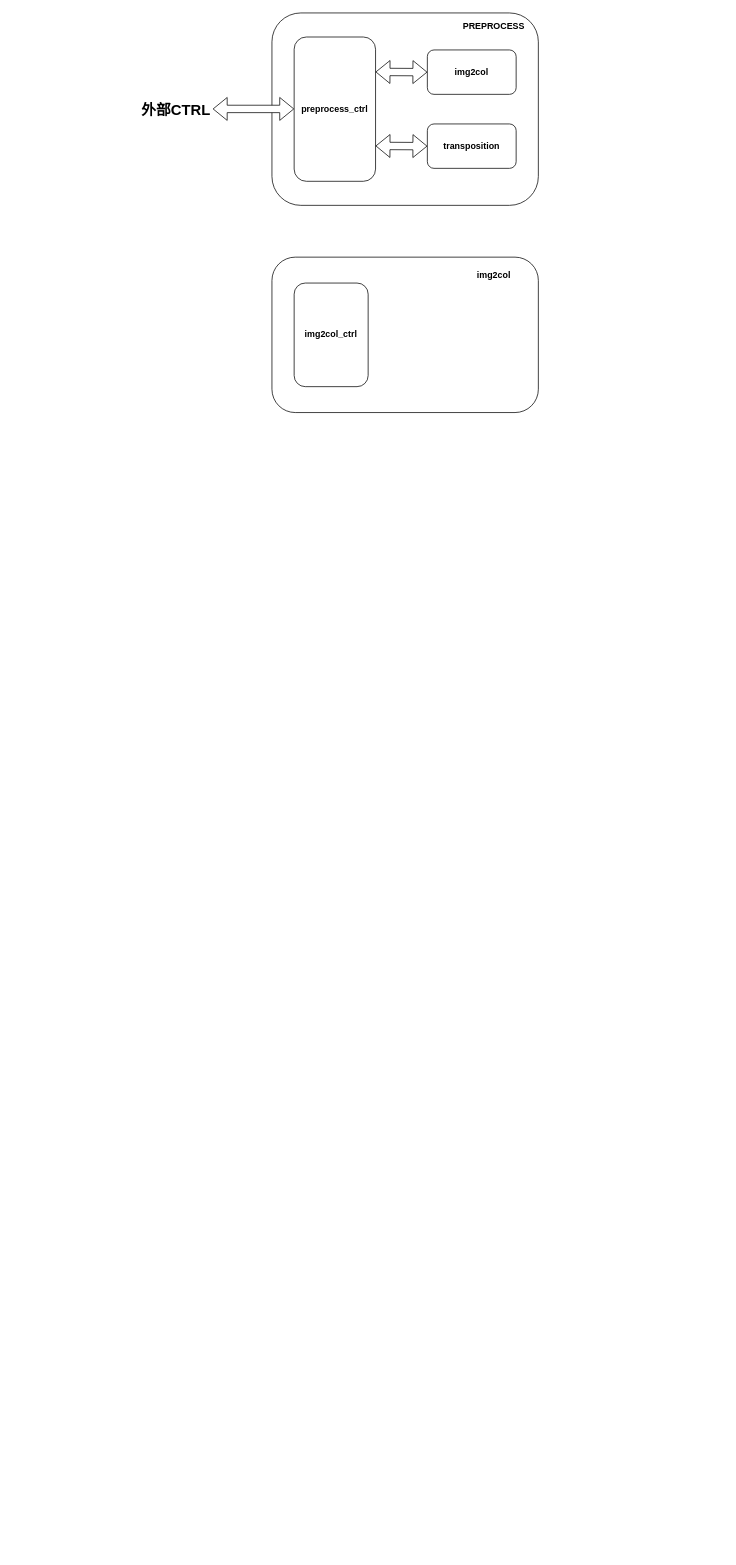
Before: 未命名绘图.drawio in AQii77/drawio_SAVE, a draw.io diagram. Source tidied: cells renumbered, new cells numbered last; positions are measured from the earlier drawing's top-left corner, leaving out a move shared by most shapes. Both pictures are drawn from the tidied source at 74%, with x=0, y=0 at pixel (131, 13).
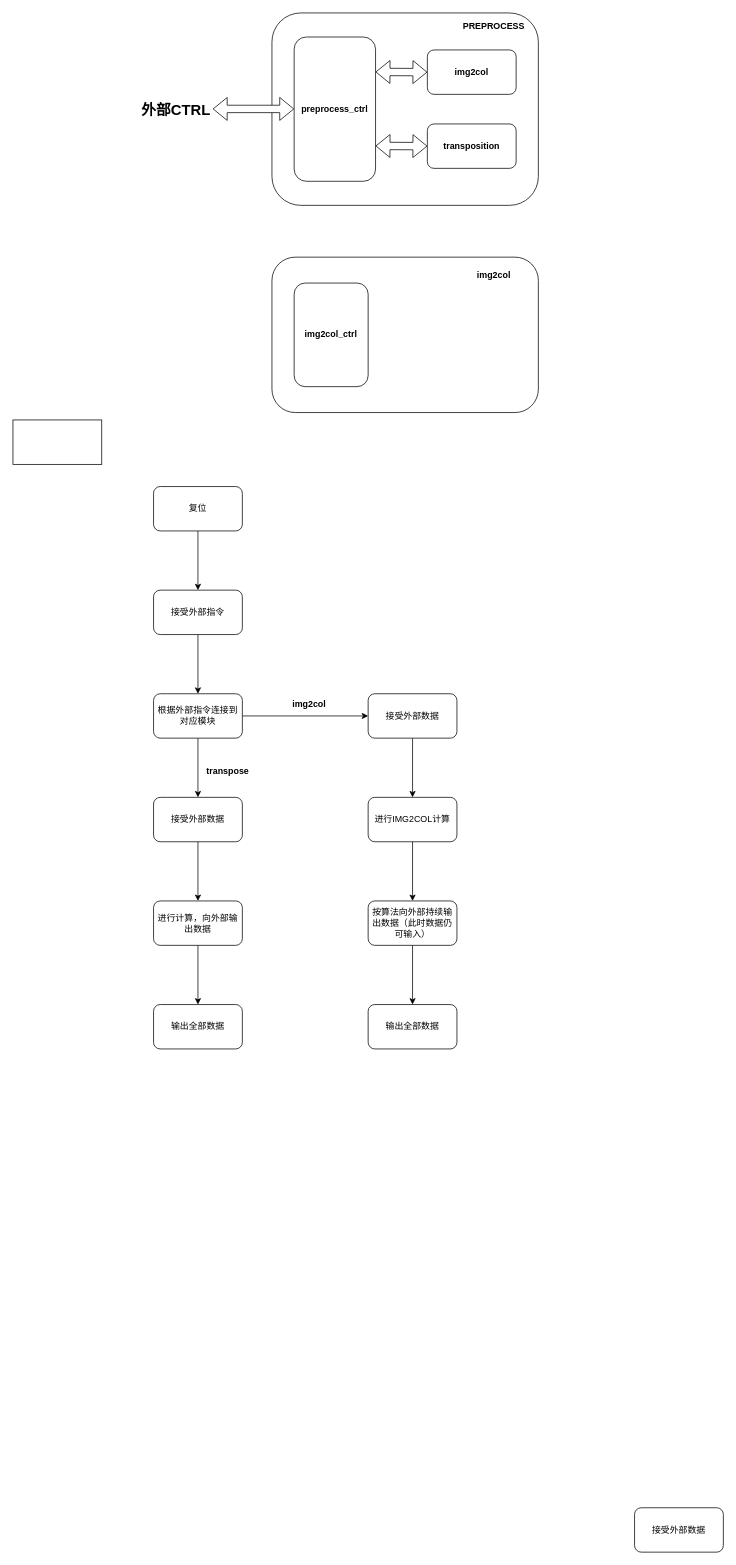
After the change.

Commit message:
更新未命名绘图.drawio

Change to the diagram source:
```diff
@@
+    <mxCell id="14" style="rounded=0;whiteSpace=wrap;html=1;" parent="1" vertex="1">
+      <mxGeometry x="-160" y="550" width="120" height="60" as="geometry" />
+    </mxCell>
+    <mxCell id="15" style="edgeStyle=orthogonalEdgeStyle;rounded=0;jettySize=auto;html=1;" parent="1" edge="1" source="16" target="19">
+      <mxGeometry relative="1" as="geometry" />
+    </mxCell>
+    <mxCell id="16" value="接受外部指令" style="rounded=1;whiteSpace=wrap;html=1;" parent="1" vertex="1">
+      <mxGeometry x="30" y="780" width="120" height="60" as="geometry" />
+    </mxCell>
+    <mxCell id="17" style="edgeStyle=orthogonalEdgeStyle;rounded=0;jettySize=auto;html=1;" parent="1" edge="1" source="19" target="21">
+      <mxGeometry relative="1" as="geometry" />
+    </mxCell>
+    <mxCell id="18" style="edgeStyle=orthogonalEdgeStyle;rounded=0;jettySize=auto;html=1;" parent="1" edge="1" source="19" target="27">
+      <mxGeometry relative="1" as="geometry" />
+    </mxCell>
+    <mxCell id="19" value="根据外部指令连接到对应模块" style="rounded=1;whiteSpace=wrap;html=1;" parent="1" vertex="1">
+      <mxGeometry x="30" y="920" width="120" height="60" as="geometry" />
+    </mxCell>
+    <mxCell id="20" style="edgeStyle=orthogonalEdgeStyle;rounded=0;jettySize=auto;html=1;" parent="1" edge="1" source="21" target="23">
+      <mxGeometry relative="1" as="geometry" />
+    </mxCell>
+    <mxCell id="21" value="接受外部数据" style="rounded=1;whiteSpace=wrap;html=1;" parent="1" vertex="1">
+      <mxGeometry x="30" y="1060" width="120" height="60" as="geometry" />
+    </mxCell>
+    <mxCell id="22" style="edgeStyle=orthogonalEdgeStyle;rounded=0;jettySize=auto;html=1;" parent="1" edge="1" source="23" target="35">
+      <mxGeometry relative="1" as="geometry" />
+    </mxCell>
+    <mxCell id="23" value="进行计算，向外部输出数据" style="rounded=1;whiteSpace=wrap;html=1;" parent="1" vertex="1">
+      <mxGeometry x="30" y="1200" width="120" height="60" as="geometry" />
+    </mxCell>
+    <mxCell id="24" style="edgeStyle=orthogonalEdgeStyle;rounded=0;jettySize=auto;html=1;" parent="1" edge="1" source="25" target="16">
+      <mxGeometry relative="1" as="geometry" />
+    </mxCell>
+    <mxCell id="25" value="复位" style="rounded=1;whiteSpace=wrap;html=1;" parent="1" vertex="1">
+      <mxGeometry x="30" y="640" width="120" height="60" as="geometry" />
+    </mxCell>
+    <mxCell id="26" style="edgeStyle=orthogonalEdgeStyle;rounded=0;jettySize=auto;html=1;" parent="1" edge="1" source="27" target="32">
+      <mxGeometry relative="1" as="geometry" />
+    </mxCell>
+    <mxCell id="27" value="接受外部数据" style="rounded=1;whiteSpace=wrap;html=1;" parent="1" vertex="1">
+      <mxGeometry x="320" y="920" width="120" height="60" as="geometry" />
+    </mxCell>
+    <mxCell id="28" value="&lt;b&gt;transpose&lt;/b&gt;" style="text;html=1;align=center;verticalAlign=middle;strokeColor=none;fillColor=none;" parent="1" vertex="1">
+      <mxGeometry x="90" y="1010" width="80" height="30" as="geometry" />
+    </mxCell>
+    <mxCell id="29" value="&lt;b&gt;img2col&lt;/b&gt;" style="text;html=1;align=center;verticalAlign=middle;strokeColor=none;fillColor=none;" parent="1" vertex="1">
+      <mxGeometry x="205" y="920" width="70" height="30" as="geometry" />
+    </mxCell>
+    <mxCell id="30" value="接受外部数据" style="rounded=1;whiteSpace=wrap;html=1;" parent="1" vertex="1">
+      <mxGeometry x="680" y="2020" width="120" height="60" as="geometry" />
+    </mxCell>
+    <mxCell id="31" style="edgeStyle=orthogonalEdgeStyle;rounded=0;jettySize=auto;html=1;" parent="1" edge="1" source="32" target="34">
+      <mxGeometry relative="1" as="geometry" />
+    </mxCell>
+    <mxCell id="32" value="进行IMG2COL计算" style="rounded=1;whiteSpace=wrap;html=1;" parent="1" vertex="1">
+      <mxGeometry x="320" y="1060" width="120" height="60" as="geometry" />
+    </mxCell>
+    <mxCell id="33" style="edgeStyle=orthogonalEdgeStyle;rounded=0;jettySize=auto;html=1;" parent="1" edge="1" source="34" target="36">
+      <mxGeometry relative="1" as="geometry" />
+    </mxCell>
+    <mxCell id="34" value="按算法向外部持续输出数据（此时数据仍可输入）" style="rounded=1;whiteSpace=wrap;html=1;" parent="1" vertex="1">
+      <mxGeometry x="320" y="1200" width="120" height="60" as="geometry" />
+    </mxCell>
+    <mxCell id="35" value="输出全部数据" style="rounded=1;whiteSpace=wrap;html=1;" parent="1" vertex="1">
+      <mxGeometry x="30" y="1340" width="120" height="60" as="geometry" />
+    </mxCell>
+    <mxCell id="36" value="输出全部数据" style="rounded=1;whiteSpace=wrap;html=1;" parent="1" vertex="1">
+      <mxGeometry x="320" y="1340" width="120" height="60" as="geometry" />
+    </mxCell>
```
